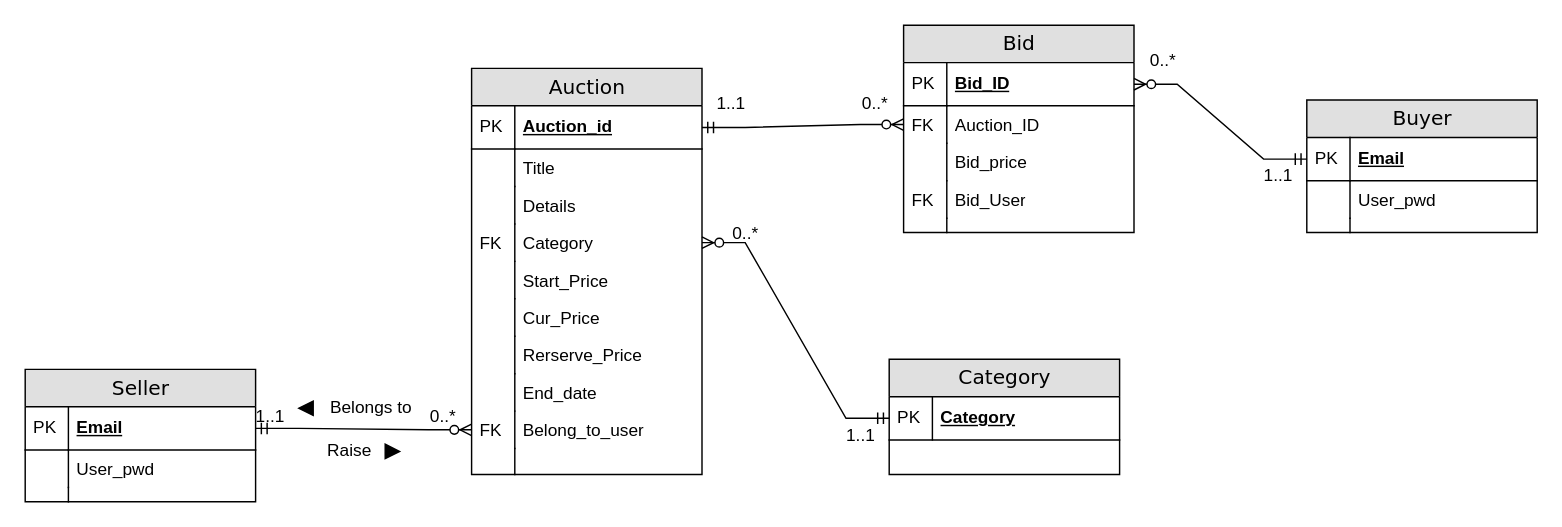
Above: Untitled Diagram.drawio in Melo-Melon/git_file (draw.io), before the change. Source tidied: cells renumbered, new cells numbered last; positions are measured from the earlier drawing's top-left corner, leaving out a move shared by most shapes. Both pictures are drawn from the tidied source at 144%, with x=0, y=0 at pixel (24, -20).
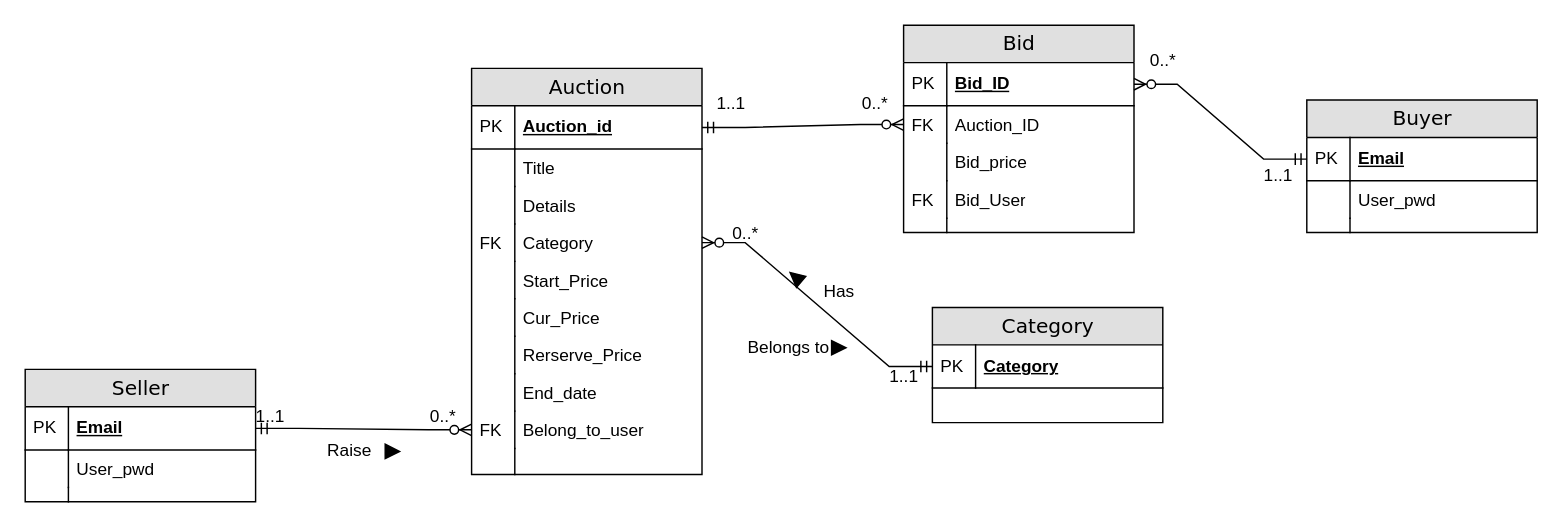
The same page after the edit.

Change to the diagram source:
```diff
@@
     <mxCell id="48" value="Category" style="swimlane;html=1;fontStyle=0;horizontal=1;startSize=26;fillColor=#e0e0e0;swimlaneFillColor=#ffffff;align=center;rounded=0;shadow=0;comic=0;labelBackgroundColor=none;strokeWidth=1;fontFamily=Verdana;fontSize=14;" parent="1" vertex="1">
-      <mxGeometry x="600" y="263" width="160" height="80" as="geometry" />
+      <mxGeometry x="630" y="227" width="160" height="80" as="geometry" />
     </mxCell>
@@
     <mxCell id="55" value="1..1" style="text;html=1;align=center;verticalAlign=middle;strokeColor=none;fillColor=none;" parent="1" vertex="1">
-      <mxGeometry x="560" y="301" width="40" height="30" as="geometry" />
+      <mxGeometry x="590" y="260" width="40" height="30" as="geometry" />
     </mxCell>
@@
-    <mxCell id="65" style="triangle;whiteSpace=wrap;html=1;fillColor=#000000;rotation=-180;" parent="1" vertex="1">
-      <mxGeometry x="190" y="292" width="10" height="10" as="geometry" />
+    <mxCell id="65" style="triangle;whiteSpace=wrap;html=1;fillColor=#000000;rotation=-140;" parent="1" vertex="1">
+      <mxGeometry x="530" y="201" width="10" height="10" as="geometry" />
     </mxCell>
-    <mxCell id="66" value="Belongs to" style="text;html=1;align=center;verticalAlign=middle;strokeColor=none;fillColor=none;" parent="1" vertex="1">
-      <mxGeometry x="200" y="282" width="80" height="30" as="geometry" />
+    <mxCell id="66" value="Has" style="text;html=1;align=center;verticalAlign=middle;strokeColor=none;fillColor=none;" parent="1" vertex="1">
+      <mxGeometry x="545" y="201" width="40" height="30" as="geometry" />
     </mxCell>
+    <mxCell id="67" style="triangle;whiteSpace=wrap;html=1;fillColor=#000000;" parent="1" vertex="1">
+      <mxGeometry x="560" y="250" width="10" height="10" as="geometry" />
+    </mxCell>
+    <mxCell id="68" value="Belongs to" style="text;html=1;align=center;verticalAlign=middle;strokeColor=none;fillColor=none;" parent="1" vertex="1">
+      <mxGeometry x="490" y="240" width="80" height="30" as="geometry" />
+    </mxCell>
```
